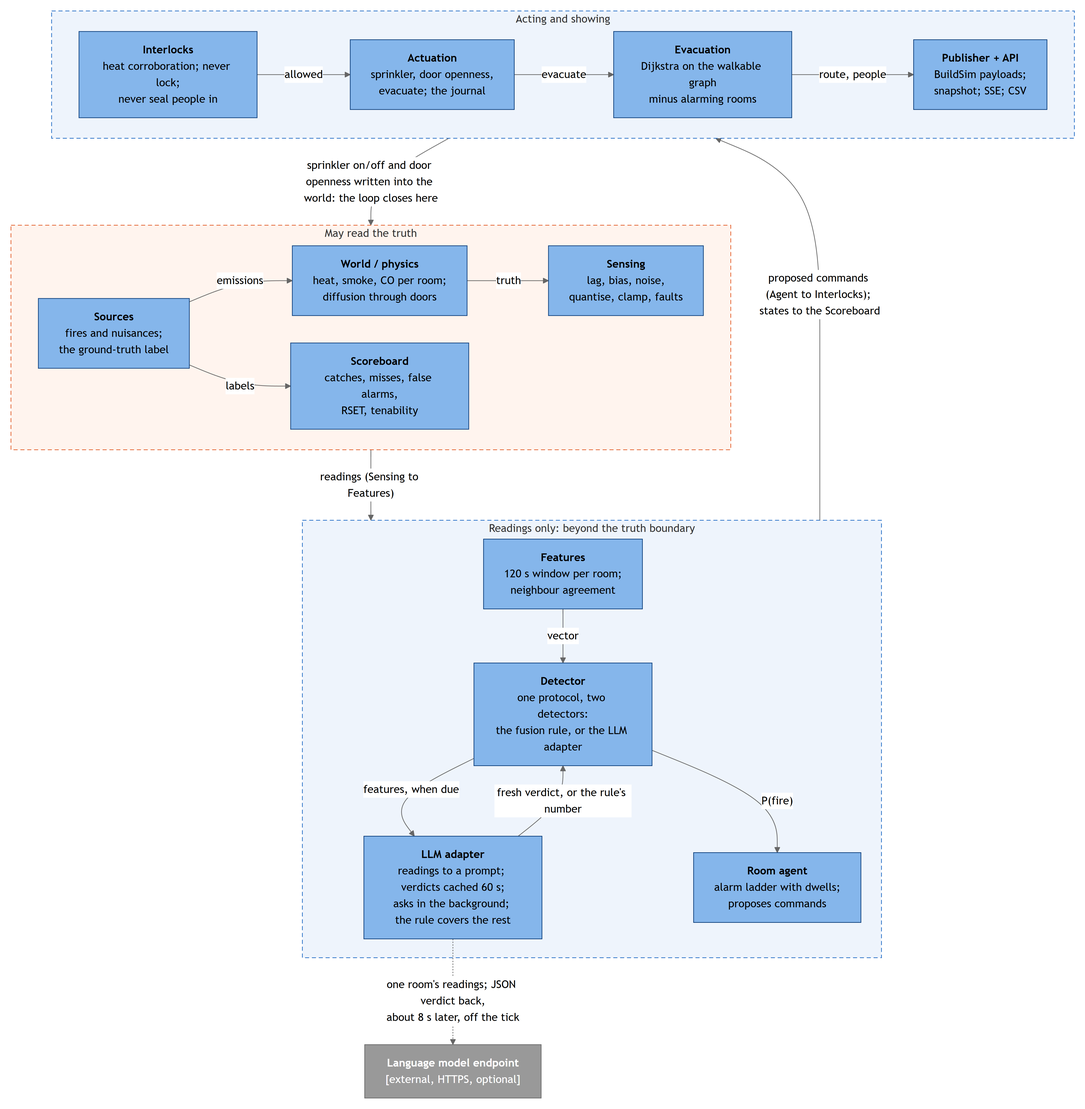
Before: firelab/Embedded_Intelligence_at_the_edge_Project_Proposal/images/component.png, a diagram exported from Mermaid (Ekpenyong-Esu/BuildSim-FireDetection). Its source is kept beside it as firelab/Embedded_Intelligence_at_the_edge_Project_Proposal/images/component.mmd.
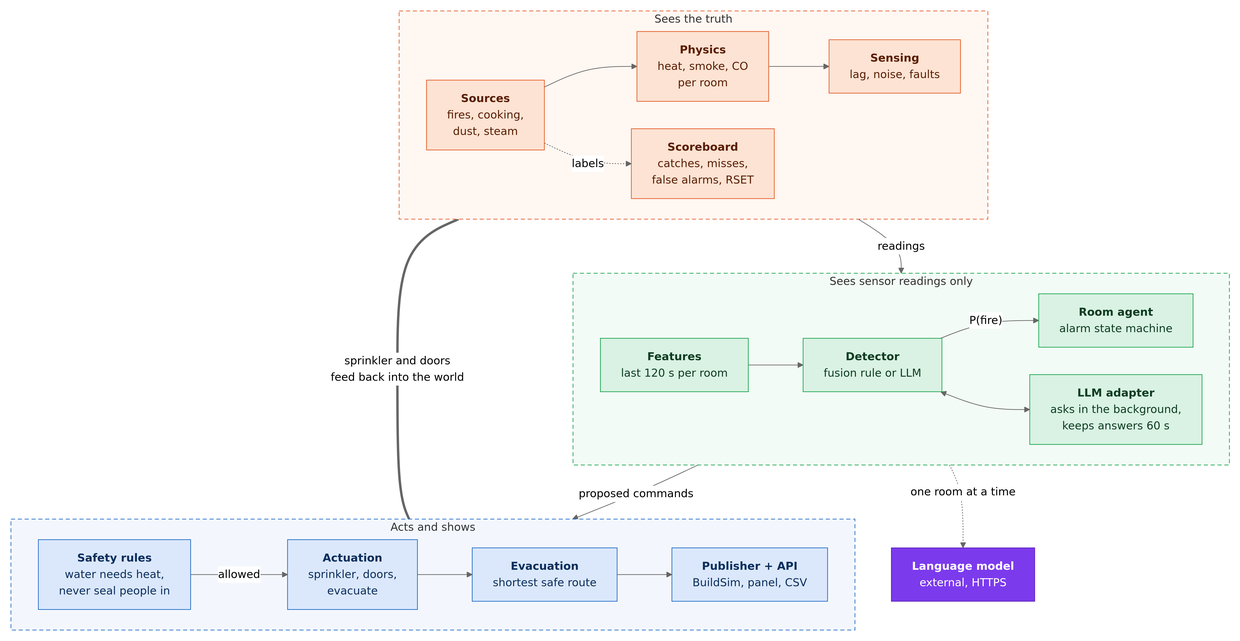
The same diagram one commit later.

The edit, as a diff of the source:
```diff
@@ -1,44 +1,43 @@
 flowchart TB
-  subgraph TRUTH["May read the truth"]
+  subgraph TRUTH["Sees the truth"]
     direction LR
-    SRC["<b>Sources</b><br/>fires and nuisances;<br/>the ground-truth label"]
-    PHY["<b>World / physics</b><br/>heat, smoke, CO per room;<br/>diffusion through doors"]
-    SEN["<b>Sensing</b><br/>lag, bias, noise,<br/>quantise, clamp, faults"]
-    SCO["<b>Scoreboard</b><br/>catches, misses, false alarms,<br/>RSET, tenability"]
-    SRC -- emissions --> PHY
-    PHY -- truth --> SEN
-    SRC -- labels --> SCO
+    SRC["<b>Sources</b><br/>fires, cooking,<br/>dust, steam"]
+    PHY["<b>Physics</b><br/>heat, smoke, CO<br/>per room"]
+    SEN["<b>Sensing</b><br/>lag, noise, faults"]
+    SCO["<b>Scoreboard</b><br/>catches, misses,<br/>false alarms, RSET"]
+    SRC --> PHY --> SEN
+    SRC -. labels .-> SCO
   end
-  subgraph READ["Readings only: beyond the truth boundary"]
+  subgraph READ["Sees sensor readings only"]
     direction LR
-    FEA["<b>Features</b><br/>120 s window per room;<br/>neighbour agreement"]
-    DET["<b>Detector</b><br/>one protocol, two detectors:<br/>the fusion rule, or the LLM adapter"]
-    LLMA["<b>LLM adapter</b><br/>readings to a prompt; verdicts cached 60 s;<br/>asks in the background; the rule covers the rest"]
-    AGT["<b>Room agent</b><br/>alarm ladder with dwells;<br/>proposes commands"]
-    FEA -- vector --> DET
-    DET -- "P(fire)" --> AGT
-    DET -- "features, when due" --> LLMA
-    LLMA -- "fresh verdict, or the rule's number" --> DET
+    FEA["<b>Features</b><br/>last 120 s per room"]
+    DET["<b>Detector</b><br/>fusion rule or LLM"]
+    AGT["<b>Room agent</b><br/>alarm state machine"]
+    LLMA["<b>LLM adapter</b><br/>asks in the background,<br/>keeps answers 60 s"]
+    FEA --> DET -- "P(fire)" --> AGT
+    DET <--> LLMA
   end
-  subgraph ACT["Acting and showing"]
+  subgraph ACT["Acts and shows"]
     direction LR
-    ILK["<b>Interlocks</b><br/>heat corroboration; never lock;<br/>never seal people in"]
-    ACTU["<b>Actuation</b><br/>sprinkler, door openness,<br/>evacuate; the journal"]
-    EVA["<b>Evacuation</b><br/>Dijkstra on the walkable graph<br/>minus alarming rooms"]
-    PUB["<b>Publisher + API</b><br/>BuildSim payloads;<br/>snapshot; SSE; CSV"]
-    ILK -- allowed --> ACTU
-    ACTU -- evacuate --> EVA
-    EVA -- "route, people" --> PUB
+    ILK["<b>Safety rules</b><br/>water needs heat,<br/>never seal people in"]
+    ACTU["<b>Actuation</b><br/>sprinkler, doors,<br/>evacuate"]
+    EVA["<b>Evacuation</b><br/>shortest safe route"]
+    PUB["<b>Publisher + API</b><br/>BuildSim, panel, CSV"]
+    ILK -- allowed --> ACTU --> EVA --> PUB
   end
-  EP["<b>Language model endpoint</b><br/>[external, HTTPS, optional]"]
-  TRUTH -- "readings (Sensing to Features)" --> READ
-  READ -- "proposed commands (Agent to Interlocks); states to the Scoreboard" --> ACT
-  ACT -- "sprinkler on/off and door openness written into the world: the loop closes here" --> TRUTH
-  LLMA -. "one room's readings; JSON verdict back,<br/>about 8 s later, off the tick" .-> EP
-  classDef comp fill:#85b6eb,stroke:#0b3d7a,color:#000000
-  classDef ext fill:#999999,stroke:#666666,color:#ffffff
-  class SRC,PHY,SEN,SCO,FEA,DET,LLMA,AGT,ILK,ACTU,EVA,PUB comp
-  class EP ext
-  style TRUTH fill:#fff4ee,stroke:#e25822,stroke-dasharray:6 4
-  style READ fill:#eef4fc,stroke:#1c68c4,stroke-dasharray:6 4
-  style ACT fill:#eef4fc,stroke:#1c68c4,stroke-dasharray:6 4
+  EP["<b>Language model</b><br/>external, HTTPS"]
+  TRUTH -- readings --> READ
+  READ -- "proposed commands" --> ACT
+  TRUTH === |"sprinkler and doors<br/>feed back into the world"| ACT
+  READ -. "one room at a time" .-> EP
+  classDef truth fill:#fde3d3,stroke:#e25822,color:#5a1e05
+  classDef read fill:#d9f2e3,stroke:#16a34a,color:#0f3d22
+  classDef act fill:#dbe8fb,stroke:#1c68c4,color:#0b2e5c
+  classDef model fill:#7c3aed,stroke:#5b21b6,color:#ffffff
+  class SRC,PHY,SEN,SCO truth
+  class FEA,DET,LLMA,AGT read
+  class ILK,ACTU,EVA,PUB act
+  class EP model
+  style TRUTH fill:#fff7f2,stroke:#e25822,stroke-dasharray:6 4
+  style READ fill:#f3fbf6,stroke:#16a34a,stroke-dasharray:6 4
+  style ACT fill:#f3f7fd,stroke:#1c68c4,stroke-dasharray:6 4
```
